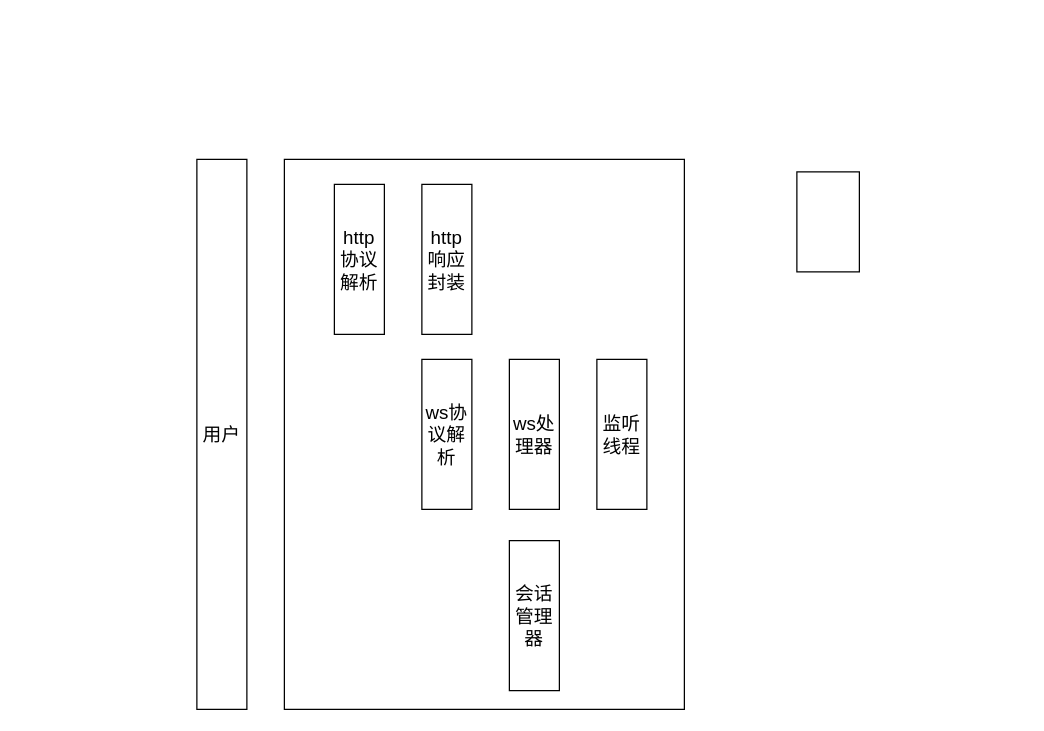
Earlier version of the draw.io diagram page "Page-2" (2 of 2) of ssh-proxy-arch.drawio (GeorgeI997/web-vpn). Source tidied: cells renumbered, new cells numbered last; positions are measured from the earlier drawing's top-left corner, leaving out a move shared by most shapes. Both pictures are drawn from the tidied source at 125%, with x=0, y=0 at pixel (196, 159).
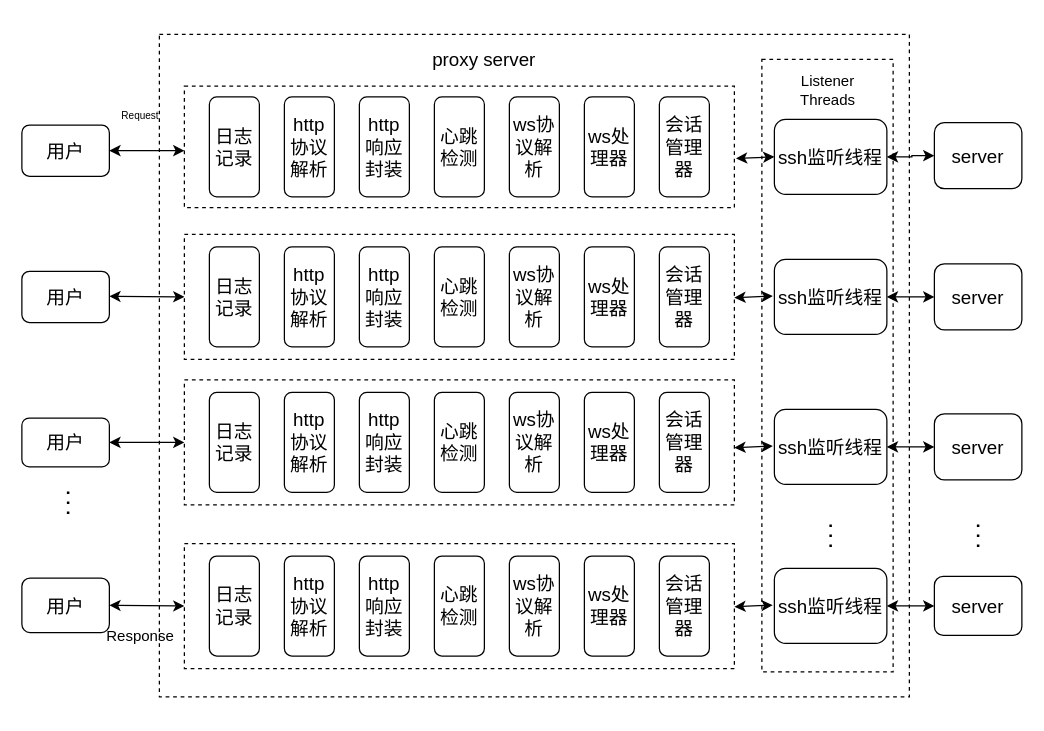
After the change.

Change to the diagram source:
```diff
@@
-    <mxCell id="2" style="rounded=0;whiteSpace=wrap;html=1;fontSize=15;" parent="1" vertex="1">
-      <mxGeometry x="70" width="320" height="440" as="geometry" />
+    <mxCell id="2" style="rounded=0;whiteSpace=wrap;html=1;fontSize=15;dashed=1;" parent="1" vertex="1">
+      <mxGeometry x="-30" y="-100" width="600" height="530" as="geometry" />
     </mxCell>
+    <mxCell id="11" value="&lt;div style=&quot;text-align: justify&quot;&gt;&lt;/div&gt;" style="rounded=0;whiteSpace=wrap;html=1;shadow=0;glass=0;dashed=1;sketch=0;gradientColor=none;fillColor=#FFFFFF;" parent="1" vertex="1">
+      <mxGeometry x="-10" y="-58.6" width="440" height="97.2" as="geometry" />
+    </mxCell>
+    <mxCell id="12" value="&lt;div style=&quot;text-align: justify&quot;&gt;&lt;/div&gt;" style="rounded=0;whiteSpace=wrap;html=1;shadow=0;glass=0;dashed=1;sketch=0;gradientColor=none;fillColor=#FFFFFF;" parent="1" vertex="1">
+      <mxGeometry x="452" y="-80" width="105" height="490" as="geometry" />
+    </mxCell>
-    <mxCell id="3" value="http协议解析" style="rounded=0;whiteSpace=wrap;html=1;fontSize=15;" parent="1" vertex="1">
-      <mxGeometry x="110" y="20" width="40" height="120" as="geometry" />
+    <mxCell id="3" value="http协议解析" style="rounded=1;whiteSpace=wrap;html=1;fontSize=15;" parent="1" vertex="1">
+      <mxGeometry x="70" y="-50" width="40" height="80" as="geometry" />
     </mxCell>
-    <mxCell id="4" value="http响应封装" style="rounded=0;whiteSpace=wrap;html=1;fontSize=15;" parent="1" vertex="1">
-      <mxGeometry x="180" y="20" width="40" height="120" as="geometry" />
+    <mxCell id="4" value="http响应封装" style="rounded=1;whiteSpace=wrap;html=1;fontSize=15;" parent="1" vertex="1">
+      <mxGeometry x="130" y="-50" width="40" height="80" as="geometry" />
     </mxCell>
-    <mxCell id="5" value="ws协议解析" style="rounded=0;whiteSpace=wrap;html=1;fontSize=15;" parent="1" vertex="1">
-      <mxGeometry x="180" y="160" width="40" height="120" as="geometry" />
+    <mxCell id="5" value="ws协议解析" style="rounded=1;whiteSpace=wrap;html=1;fontSize=15;" parent="1" vertex="1">
+      <mxGeometry x="250" y="-50" width="40" height="80" as="geometry" />
     </mxCell>
-    <mxCell id="6" value="ws处理器" style="rounded=0;whiteSpace=wrap;html=1;fontSize=15;" parent="1" vertex="1">
-      <mxGeometry x="250" y="160" width="40" height="120" as="geometry" />
+    <mxCell id="6" value="ws处理器" style="rounded=1;whiteSpace=wrap;html=1;fontSize=15;" parent="1" vertex="1">
+      <mxGeometry x="310" y="-50" width="40" height="80" as="geometry" />
     </mxCell>
-    <mxCell id="7" value="会话管理器" style="rounded=0;whiteSpace=wrap;html=1;fontSize=15;" parent="1" vertex="1">
-      <mxGeometry x="250" y="305" width="40" height="120" as="geometry" />
+    <mxCell id="7" value="会话管理器" style="rounded=1;whiteSpace=wrap;html=1;fontSize=15;" parent="1" vertex="1">
+      <mxGeometry x="370" y="-50" width="40" height="80" as="geometry" />
     </mxCell>
-    <mxCell id="8" value="监听线程" style="rounded=0;whiteSpace=wrap;html=1;fontSize=15;" parent="1" vertex="1">
-      <mxGeometry x="320" y="160" width="40" height="120" as="geometry" />
-    </mxCell>
-    <mxCell id="9" value="用户" style="rounded=0;whiteSpace=wrap;html=1;fontSize=15;" parent="1" vertex="1">
-      <mxGeometry width="40" height="440" as="geometry" />
+    <mxCell id="9" value="用户" style="rounded=1;whiteSpace=wrap;html=1;fontSize=15;shadow=0;sketch=0;glass=0;" parent="1" vertex="1">
+      <mxGeometry x="-140" y="-27.5" width="70" height="41" as="geometry" />
     </mxCell>
-    <mxCell id="10" style="rounded=0;whiteSpace=wrap;html=1;fontSize=15;" parent="1" vertex="1">
-      <mxGeometry x="480" y="10" width="50" height="80" as="geometry" />
-    </mxCell>
+    <mxCell id="13" value="心跳检测" style="rounded=1;whiteSpace=wrap;html=1;fontSize=15;" parent="1" vertex="1">
+      <mxGeometry x="190" y="-50" width="40" height="80" as="geometry" />
+    </mxCell>
+    <mxCell id="14" value="用户" style="rounded=1;whiteSpace=wrap;html=1;fontSize=15;shadow=0;sketch=0;glass=0;" parent="1" vertex="1">
+      <mxGeometry x="-140" y="89.5" width="70" height="41" as="geometry" />
+    </mxCell>
+    <mxCell id="15" value="用户" style="rounded=1;whiteSpace=wrap;html=1;fontSize=15;shadow=0;sketch=0;glass=0;" parent="1" vertex="1">
+      <mxGeometry x="-140" y="206.9" width="70" height="39" as="geometry" />
+    </mxCell>
+    <mxCell id="16" value="用户" style="rounded=1;whiteSpace=wrap;html=1;fontSize=15;shadow=0;sketch=0;glass=0;" parent="1" vertex="1">
+      <mxGeometry x="-140" y="335" width="70" height="43.5" as="geometry" />
+    </mxCell>
+    <mxCell id="17" style="endArrow=classic;startArrow=classic;html=1;exitX=1;exitY=0.5;exitDx=0;exitDy=0;" parent="1" edge="1" source="9">
+      <mxGeometry relative="1" as="geometry">
+        <mxPoint x="-10" y="-7" as="targetPoint" />
+      </mxGeometry>
+    </mxCell>
+    <mxCell id="18" style="endArrow=classic;startArrow=classic;html=1;exitX=1;exitY=0.49;exitDx=0;exitDy=0;exitPerimeter=0;entryX=0;entryY=0.5;entryDx=0;entryDy=0;" parent="1" edge="1" source="14" target="38">
+      <mxGeometry relative="1" as="geometry" />
+    </mxCell>
+    <mxCell id="19" style="endArrow=classic;startArrow=classic;html=1;exitX=1;exitY=0.5;exitDx=0;exitDy=0;entryX=0;entryY=0.5;entryDx=0;entryDy=0;" parent="1" edge="1" source="15" target="46">
+      <mxGeometry relative="1" as="geometry" />
+    </mxCell>
+    <mxCell id="20" style="endArrow=classic;startArrow=classic;html=1;exitX=1;exitY=0.5;exitDx=0;exitDy=0;entryX=0;entryY=0.5;entryDx=0;entryDy=0;" parent="1" edge="1" source="16" target="54">
+      <mxGeometry relative="1" as="geometry" />
+    </mxCell>
+    <mxCell id="21" value="server" style="rounded=1;whiteSpace=wrap;html=1;fontSize=15;shadow=0;sketch=0;glass=0;" parent="1" vertex="1">
+      <mxGeometry x="590" y="-29.4" width="70" height="52.8" as="geometry" />
+    </mxCell>
+    <mxCell id="22" value="server" style="rounded=1;whiteSpace=wrap;html=1;fontSize=15;shadow=0;sketch=0;glass=0;" parent="1" vertex="1">
+      <mxGeometry x="590" y="83.6" width="70" height="52.8" as="geometry" />
+    </mxCell>
+    <mxCell id="23" value="server" style="rounded=1;whiteSpace=wrap;html=1;fontSize=15;shadow=0;sketch=0;glass=0;" parent="1" vertex="1">
+      <mxGeometry x="590" y="203.6" width="70" height="52.8" as="geometry" />
+    </mxCell>
+    <mxCell id="24" value="server" style="rounded=1;whiteSpace=wrap;html=1;fontSize=15;shadow=0;sketch=0;glass=0;" parent="1" vertex="1">
+      <mxGeometry x="590" y="333.6" width="70" height="47.2" as="geometry" />
+    </mxCell>
+    <mxCell id="25" style="endArrow=none;dashed=1;html=1;dashPattern=1 3;strokeWidth=2;" parent="1" edge="1">
+      <mxGeometry relative="1" as="geometry">
+        <mxPoint x="-103" y="283.6" as="sourcePoint" />
+        <mxPoint x="-103" y="263.6" as="targetPoint" />
+      </mxGeometry>
+    </mxCell>
+    <mxCell id="26" style="endArrow=none;dashed=1;html=1;dashPattern=1 3;strokeWidth=2;" parent="1" edge="1">
+      <mxGeometry relative="1" as="geometry">
+        <mxPoint x="625" y="310" as="sourcePoint" />
+        <mxPoint x="625" y="290" as="targetPoint" />
+      </mxGeometry>
+    </mxCell>
+    <mxCell id="27" style="ndArrow=classic;startArrow=classic;edgeStyle=orthogonalEdgeStyle;rounded=0;jettySize=auto;html=1;sketch=0;exitX=1;exitY=0.5;exitDx=0;exitDy=0;" parent="1" edge="1" source="28" target="21">
+      <mxGeometry relative="1" as="geometry" />
+    </mxCell>
+    <mxCell id="28" value="ssh监听线程" style="rounded=1;whiteSpace=wrap;html=1;fontSize=15;shadow=0;sketch=0;glass=0;" parent="1" vertex="1">
+      <mxGeometry x="462" y="-32" width="90" height="60" as="geometry" />
+    </mxCell>
+    <mxCell id="29" style="ndArrow=classic;startArrow=classic;edgeStyle=orthogonalEdgeStyle;rounded=0;jettySize=auto;html=1;exitX=1;exitY=0.5;exitDx=0;exitDy=0;" parent="1" edge="1" source="30" target="22">
+      <mxGeometry relative="1" as="geometry" />
+    </mxCell>
+    <mxCell id="30" value="ssh监听线程" style="rounded=1;whiteSpace=wrap;html=1;fontSize=15;shadow=0;sketch=0;glass=0;" parent="1" vertex="1">
+      <mxGeometry x="462" y="80" width="90" height="60" as="geometry" />
+    </mxCell>
+    <mxCell id="31" style="ndArrow=classic;startArrow=classic;edgeStyle=orthogonalEdgeStyle;rounded=0;jettySize=auto;html=1;exitX=1;exitY=0.5;exitDx=0;exitDy=0;" parent="1" edge="1" source="32" target="23">
+      <mxGeometry relative="1" as="geometry" />
+    </mxCell>
+    <mxCell id="32" value="ssh监听线程" style="rounded=1;whiteSpace=wrap;html=1;fontSize=15;shadow=0;sketch=0;glass=0;" parent="1" vertex="1">
+      <mxGeometry x="462" y="200" width="90" height="60" as="geometry" />
+    </mxCell>
+    <mxCell id="33" style="ndArrow=classic;startArrow=classic;edgeStyle=orthogonalEdgeStyle;rounded=0;jettySize=auto;html=1;exitX=1;exitY=0.5;exitDx=0;exitDy=0;" parent="1" edge="1" source="34" target="24">
+      <mxGeometry relative="1" as="geometry" />
+    </mxCell>
+    <mxCell id="34" value="ssh监听线程" style="rounded=1;whiteSpace=wrap;html=1;fontSize=15;shadow=0;sketch=0;glass=0;" parent="1" vertex="1">
+      <mxGeometry x="462" y="327.2" width="90" height="60" as="geometry" />
+    </mxCell>
+    <mxCell id="35" style="endArrow=none;dashed=1;html=1;dashPattern=1 3;strokeWidth=2;" parent="1" edge="1">
+      <mxGeometry relative="1" as="geometry">
+        <mxPoint x="507" y="310" as="sourcePoint" />
+        <mxPoint x="507" y="290" as="targetPoint" />
+      </mxGeometry>
+    </mxCell>
+    <mxCell id="36" value="Listener Threads" style="rounded=0;whiteSpace=wrap;html=1;shadow=0;glass=0;dashed=1;sketch=0;gradientColor=none;strokeColor=none;" parent="1" vertex="1">
+      <mxGeometry x="469.5" y="-70" width="70" height="30" as="geometry" />
+    </mxCell>
+    <mxCell id="37" value="日志记录" style="rounded=1;whiteSpace=wrap;html=1;fontSize=15;" parent="1" vertex="1">
+      <mxGeometry x="10" y="-50" width="40" height="80" as="geometry" />
+    </mxCell>
+    <mxCell id="38" value="&lt;div style=&quot;text-align: justify&quot;&gt;&lt;/div&gt;" style="rounded=0;whiteSpace=wrap;html=1;shadow=0;glass=0;dashed=1;sketch=0;gradientColor=none;fillColor=#FFFFFF;" parent="1" vertex="1">
+      <mxGeometry x="-10" y="60" width="440" height="100" as="geometry" />
+    </mxCell>
+    <mxCell id="39" value="http协议解析" style="rounded=1;whiteSpace=wrap;html=1;fontSize=15;" parent="1" vertex="1">
+      <mxGeometry x="70" y="70" width="40" height="80" as="geometry" />
+    </mxCell>
+    <mxCell id="40" value="http响应封装" style="rounded=1;whiteSpace=wrap;html=1;fontSize=15;" parent="1" vertex="1">
+      <mxGeometry x="130" y="70" width="40" height="80" as="geometry" />
+    </mxCell>
+    <mxCell id="41" value="ws协议解析" style="rounded=1;whiteSpace=wrap;html=1;fontSize=15;" parent="1" vertex="1">
+      <mxGeometry x="250" y="70" width="40" height="80" as="geometry" />
+    </mxCell>
+    <mxCell id="42" value="ws处理器" style="rounded=1;whiteSpace=wrap;html=1;fontSize=15;" parent="1" vertex="1">
+      <mxGeometry x="310" y="70" width="40" height="80" as="geometry" />
+    </mxCell>
+    <mxCell id="43" value="会话管理器" style="rounded=1;whiteSpace=wrap;html=1;fontSize=15;" parent="1" vertex="1">
+      <mxGeometry x="370" y="70" width="40" height="80" as="geometry" />
+    </mxCell>
+    <mxCell id="44" value="心跳检测" style="rounded=1;whiteSpace=wrap;html=1;fontSize=15;" parent="1" vertex="1">
+      <mxGeometry x="190" y="70" width="40" height="80" as="geometry" />
+    </mxCell>
+    <mxCell id="45" value="日志记录" style="rounded=1;whiteSpace=wrap;html=1;fontSize=15;" parent="1" vertex="1">
+      <mxGeometry x="10" y="70" width="40" height="80" as="geometry" />
+    </mxCell>
+    <mxCell id="46" value="&lt;div style=&quot;text-align: justify&quot;&gt;&lt;/div&gt;" style="rounded=0;whiteSpace=wrap;html=1;shadow=0;glass=0;dashed=1;sketch=0;gradientColor=none;fillColor=#FFFFFF;" parent="1" vertex="1">
+      <mxGeometry x="-10" y="176.4" width="440" height="100" as="geometry" />
+    </mxCell>
+    <mxCell id="47" value="http协议解析" style="rounded=1;whiteSpace=wrap;html=1;fontSize=15;" parent="1" vertex="1">
+      <mxGeometry x="70" y="186.4" width="40" height="80" as="geometry" />
+    </mxCell>
+    <mxCell id="48" value="http响应封装" style="rounded=1;whiteSpace=wrap;html=1;fontSize=15;" parent="1" vertex="1">
+      <mxGeometry x="130" y="186.4" width="40" height="80" as="geometry" />
+    </mxCell>
+    <mxCell id="49" value="ws协议解析" style="rounded=1;whiteSpace=wrap;html=1;fontSize=15;" parent="1" vertex="1">
+      <mxGeometry x="250" y="186.4" width="40" height="80" as="geometry" />
+    </mxCell>
+    <mxCell id="50" value="ws处理器" style="rounded=1;whiteSpace=wrap;html=1;fontSize=15;" parent="1" vertex="1">
+      <mxGeometry x="310" y="186.4" width="40" height="80" as="geometry" />
+    </mxCell>
+    <mxCell id="51" value="会话管理器" style="rounded=1;whiteSpace=wrap;html=1;fontSize=15;" parent="1" vertex="1">
+      <mxGeometry x="370" y="186.4" width="40" height="80" as="geometry" />
+    </mxCell>
+    <mxCell id="52" value="心跳检测" style="rounded=1;whiteSpace=wrap;html=1;fontSize=15;" parent="1" vertex="1">
+      <mxGeometry x="190" y="186.4" width="40" height="80" as="geometry" />
+    </mxCell>
+    <mxCell id="53" value="日志记录" style="rounded=1;whiteSpace=wrap;html=1;fontSize=15;" parent="1" vertex="1">
+      <mxGeometry x="10" y="186.4" width="40" height="80" as="geometry" />
+    </mxCell>
+    <mxCell id="54" value="&lt;div style=&quot;text-align: justify&quot;&gt;&lt;/div&gt;" style="rounded=0;whiteSpace=wrap;html=1;shadow=0;glass=0;dashed=1;sketch=0;gradientColor=none;fillColor=#FFFFFF;" parent="1" vertex="1">
+      <mxGeometry x="-10" y="307.3" width="440" height="100" as="geometry" />
+    </mxCell>
+    <mxCell id="55" value="http协议解析" style="rounded=1;whiteSpace=wrap;html=1;fontSize=15;" parent="1" vertex="1">
+      <mxGeometry x="70" y="317.3" width="40" height="80" as="geometry" />
+    </mxCell>
+    <mxCell id="56" value="http响应封装" style="rounded=1;whiteSpace=wrap;html=1;fontSize=15;" parent="1" vertex="1">
+      <mxGeometry x="130" y="317.3" width="40" height="80" as="geometry" />
+    </mxCell>
+    <mxCell id="57" value="ws协议解析" style="rounded=1;whiteSpace=wrap;html=1;fontSize=15;" parent="1" vertex="1">
+      <mxGeometry x="250" y="317.3" width="40" height="80" as="geometry" />
+    </mxCell>
+    <mxCell id="58" value="ws处理器" style="rounded=1;whiteSpace=wrap;html=1;fontSize=15;" parent="1" vertex="1">
+      <mxGeometry x="310" y="317.3" width="40" height="80" as="geometry" />
+    </mxCell>
+    <mxCell id="59" value="会话管理器" style="rounded=1;whiteSpace=wrap;html=1;fontSize=15;" parent="1" vertex="1">
+      <mxGeometry x="370" y="317.3" width="40" height="80" as="geometry" />
+    </mxCell>
+    <mxCell id="60" value="心跳检测" style="rounded=1;whiteSpace=wrap;html=1;fontSize=15;" parent="1" vertex="1">
+      <mxGeometry x="190" y="317.3" width="40" height="80" as="geometry" />
+    </mxCell>
+    <mxCell id="61" value="日志记录" style="rounded=1;whiteSpace=wrap;html=1;fontSize=15;" parent="1" vertex="1">
+      <mxGeometry x="10" y="317.3" width="40" height="80" as="geometry" />
+    </mxCell>
+    <mxCell id="62" value="Response" style="rounded=0;whiteSpace=wrap;html=1;shadow=0;glass=0;dashed=1;sketch=0;gradientColor=none;strokeColor=none;fillColor=none;" parent="1" vertex="1">
+      <mxGeometry x="-70" y="367.3" width="50" height="30" as="geometry" />
+    </mxCell>
+    <mxCell id="63" value="Request" style="rounded=0;whiteSpace=wrap;html=1;shadow=0;glass=0;dashed=1;sketch=0;gradientColor=none;strokeColor=none;fontSize=8;fillColor=none;" parent="1" vertex="1">
+      <mxGeometry x="-70" y="-50" width="50" height="30" as="geometry" />
+    </mxCell>
+    <mxCell id="64" style="endArrow=classic;startArrow=classic;html=1;fontSize=8;exitX=1.003;exitY=0.595;exitDx=0;exitDy=0;exitPerimeter=0;entryX=0;entryY=0.5;entryDx=0;entryDy=0;" parent="1" edge="1" source="11" target="28">
+      <mxGeometry relative="1" as="geometry" />
+    </mxCell>
+    <mxCell id="65" style="endArrow=classic;startArrow=classic;html=1;fontSize=8;exitX=1.003;exitY=0.595;exitDx=0;exitDy=0;exitPerimeter=0;entryX=0;entryY=0.5;entryDx=0;entryDy=0;" parent="1" edge="1">
+      <mxGeometry relative="1" as="geometry">
+        <mxPoint x="430" y="110.6" as="sourcePoint" />
+        <mxPoint x="460.7" y="109.4" as="targetPoint" />
+      </mxGeometry>
+    </mxCell>
+    <mxCell id="66" style="endArrow=classic;startArrow=classic;html=1;fontSize=8;exitX=1.003;exitY=0.595;exitDx=0;exitDy=0;exitPerimeter=0;entryX=0;entryY=0.5;entryDx=0;entryDy=0;" parent="1" edge="1">
+      <mxGeometry relative="1" as="geometry">
+        <mxPoint x="430" y="230.6" as="sourcePoint" />
+        <mxPoint x="460.7" y="229.4" as="targetPoint" />
+      </mxGeometry>
+    </mxCell>
+    <mxCell id="67" style="endArrow=classic;startArrow=classic;html=1;fontSize=8;exitX=1.003;exitY=0.595;exitDx=0;exitDy=0;exitPerimeter=0;entryX=0;entryY=0.5;entryDx=0;entryDy=0;" parent="1" edge="1">
+      <mxGeometry relative="1" as="geometry">
+        <mxPoint x="430" y="357.9" as="sourcePoint" />
+        <mxPoint x="460.7" y="356.6" as="targetPoint" />
+      </mxGeometry>
+    </mxCell>
+    <mxCell id="68" value="&lt;font style=&quot;font-size: 15px&quot;&gt;proxy server&lt;/font&gt;" style="rounded=0;whiteSpace=wrap;html=1;shadow=0;glass=0;dashed=1;sketch=0;fontSize=8;fillColor=none;gradientColor=none;strokeColor=none;" parent="1" vertex="1">
+      <mxGeometry x="170" y="-110" width="120" height="60" as="geometry" />
+    </mxCell>
```
